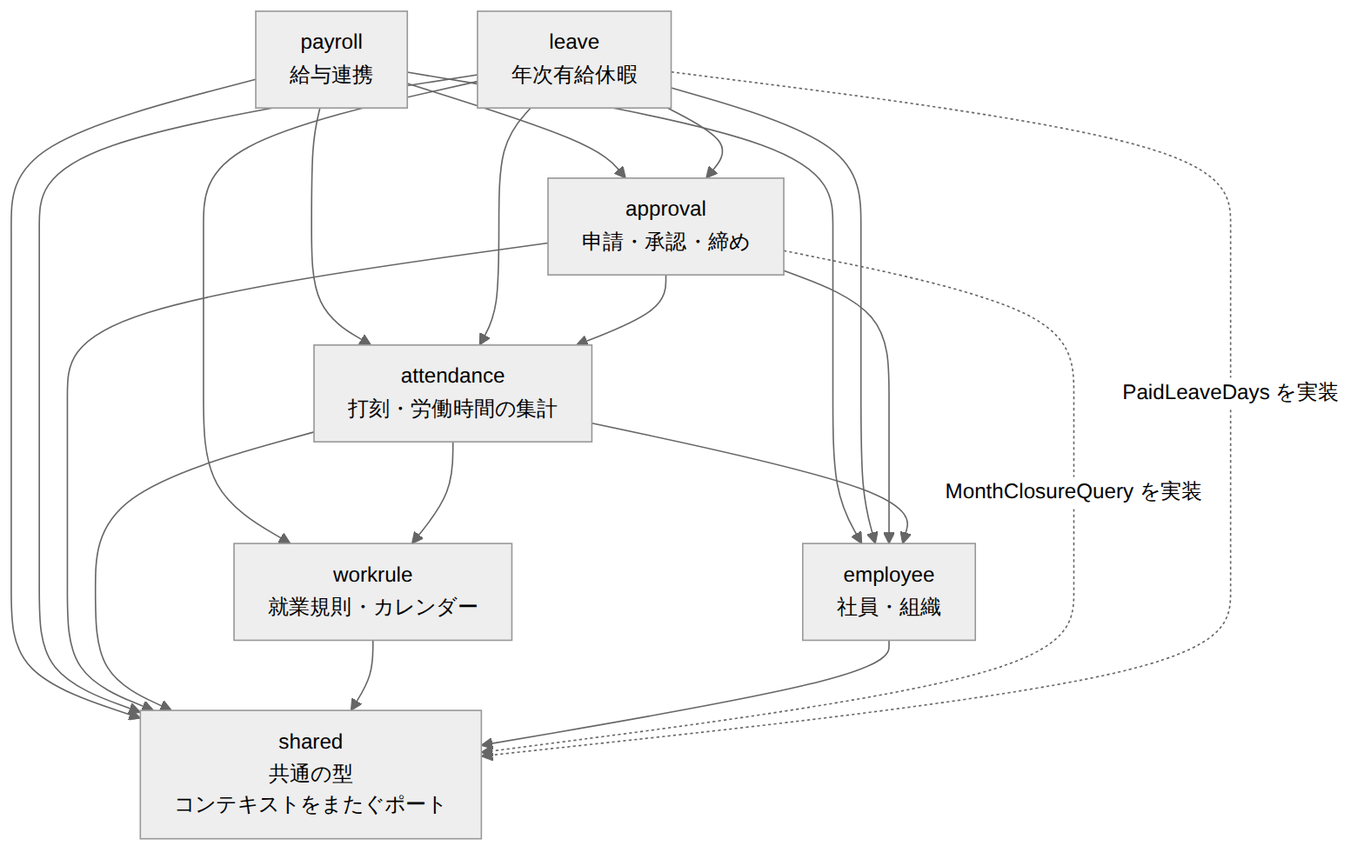
The Mermaid diagram doc/02_詳細設計/00_共通/images/コンテキスト間の依存.png in masaki-i02/newJavaProject, before a commit. Its source is kept beside it as doc/02_詳細設計/00_共通/diagrams/コンテキスト間の依存.mmd.
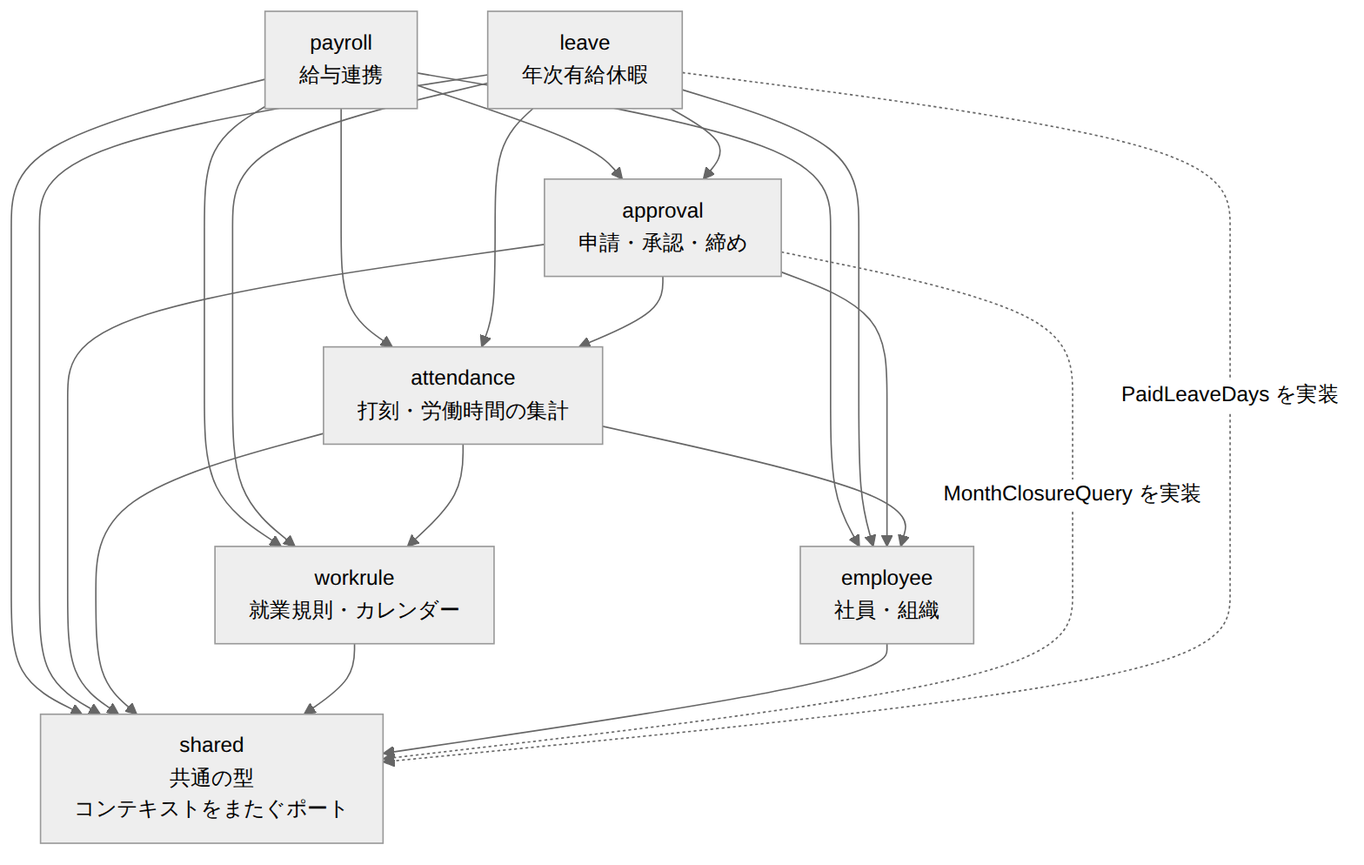
Above is the later version.

Change to the diagram source:
```diff
@@ -10,6 +10,7 @@
     payroll --> approval
     payroll --> attendance
     payroll --> employee
+    payroll --> workrule
     payroll --> shared
     leave --> approval
     leave --> attendance
```
